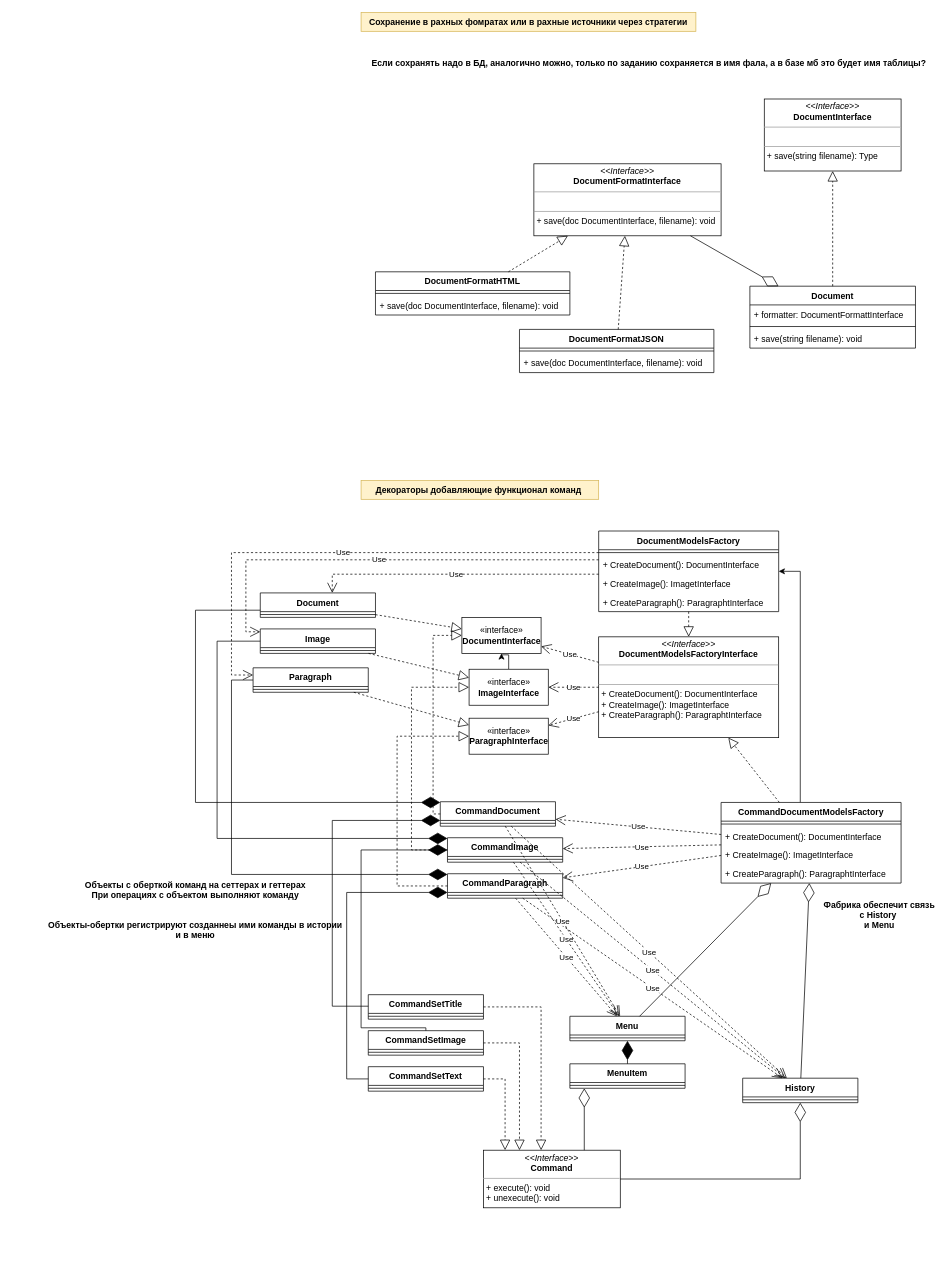
This is labs/05/lab5.drawio from liebeSonne/ood-labs, a draw.io file, before an edit. Source tidied: cells renumbered, new cells numbered last; positions are measured from the earlier drawing's top-left corner, leaving out a move shared by most shapes. Both pictures are drawn from the tidied source at 72%, with x=0, y=0 at pixel (166, 12).
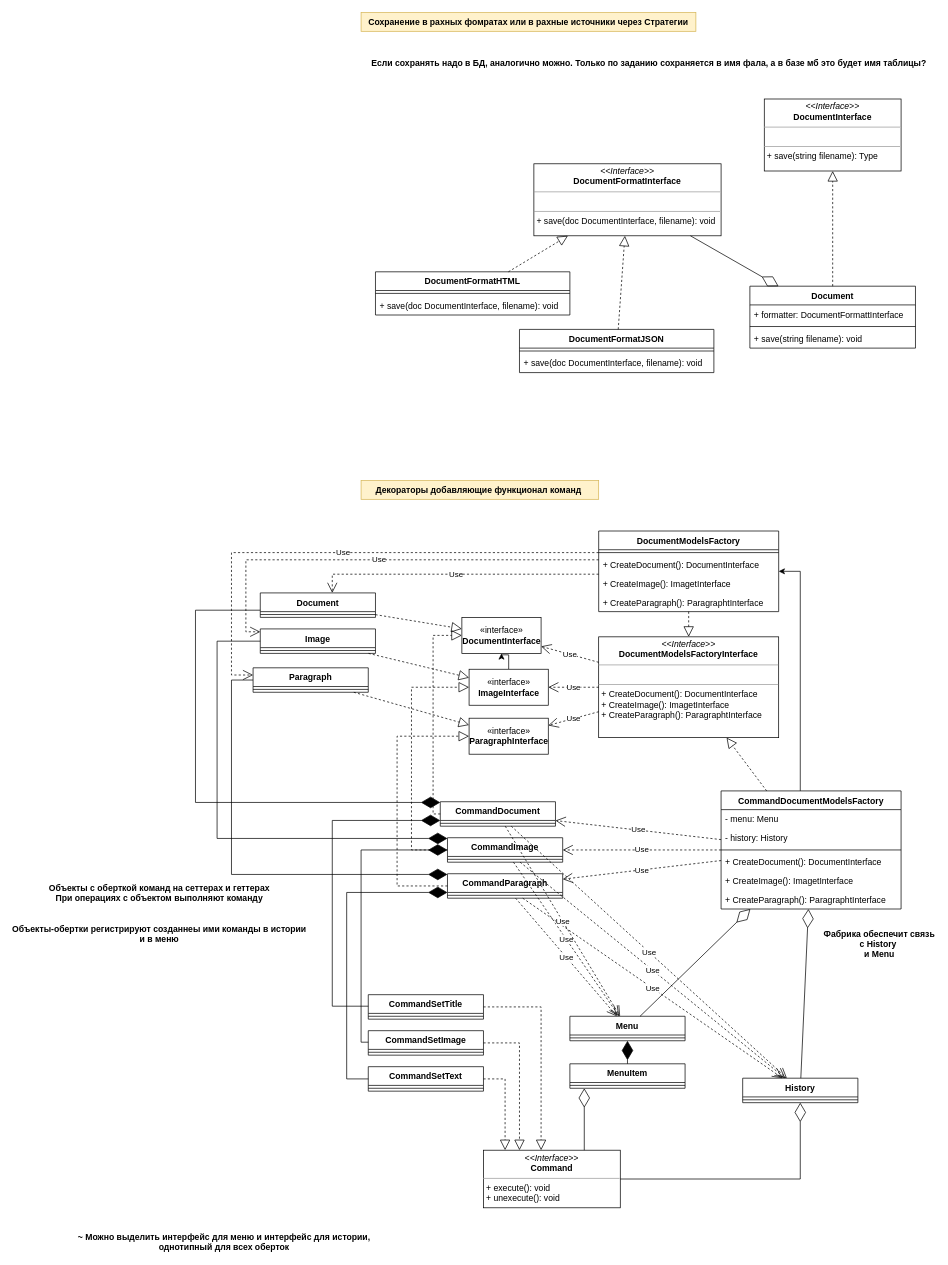
The same diagram, later.

Commit message (it also covers changes not shown here):
lab5 - дополнил схему диаграммы классов

The change refers to these unchanged cells:
```xml
<mxCell id="47" value="CommandImage" style="swimlane;fontStyle=1;align=center;verticalAlign=top;horizontal=1;startSize=26;" parent="1" vertex="1">
  <mxGeometry x="390" y="1146" width="160" height="34" as="geometry" />
</mxCell>
<mxCell id="63" value="CommandSetImage" style="swimlane;fontStyle=1;align=center;verticalAlign=top;horizontal=1;startSize=26;" parent="1" vertex="1">
  <mxGeometry x="280" y="1414" width="160" height="34" as="geometry" />
</mxCell>
```

Change to the diagram source:
```diff
@@
-    <mxCell id="18" value="&#10;Если сохранять надо в БД, аналогично можно, только по заданию сохраняется в имя фала, а в базе мб это будет имя таблицы?" style="text;align=center;fontStyle=1;verticalAlign=middle;spacingLeft=3;spacingRight=3;strokeColor=none;" parent="1" vertex="1">
+    <mxCell id="18" value="&#10;Если сохранять надо в БД, аналогично можно. Только по заданию сохраняется в имя фала, а в базе мб это будет имя таблицы?" style="text;align=center;fontStyle=1;verticalAlign=middle;spacingLeft=3;spacingRight=3;strokeColor=none;" parent="1" vertex="1">
       <mxGeometry x="630" y="50" width="80" height="26" as="geometry" />
     </mxCell>
@@
     <mxCell id="31" value="CommandDocumentModelsFactory" style="swimlane;fontStyle=1;align=center;verticalAlign=top;horizontal=1;startSize=26;" parent="1" vertex="1">
-      <mxGeometry x="770" y="1097" width="250" height="112" as="geometry" />
+      <mxGeometry x="770" y="1081" width="250" height="164" as="geometry" />
     </mxCell>
+    <mxCell id="101" value="- menu: Menu" style="text;strokeColor=none;fillColor=none;align=left;verticalAlign=top;spacingLeft=4;spacingRight=4;overflow=hidden;" parent="31" vertex="1">
+      <mxGeometry y="26" width="250" height="26" as="geometry" />
+    </mxCell>
+    <mxCell id="102" value="- history: History" style="text;strokeColor=none;fillColor=none;align=left;verticalAlign=top;spacingLeft=4;spacingRight=4;overflow=hidden;" parent="31" vertex="1">
+      <mxGeometry y="52" width="250" height="26" as="geometry" />
+    </mxCell>
     <mxCell id="32" style="line;strokeWidth=1;fillColor=none;align=left;verticalAlign=middle;spacingTop=-1;spacingLeft=3;spacingRight=3;labelPosition=right;" parent="31" vertex="1">
-      <mxGeometry y="26" width="250" height="8" as="geometry" />
+      <mxGeometry y="78" width="250" height="8" as="geometry" />
     </mxCell>
     <mxCell id="33" value="+ CreateDocument(): DocumentInterface" style="text;strokeColor=none;fillColor=none;align=left;verticalAlign=top;spacingLeft=4;spacingRight=4;overflow=hidden;" parent="31" vertex="1">
-      <mxGeometry y="34" width="250" height="26" as="geometry" />
+      <mxGeometry y="86" width="250" height="26" as="geometry" />
     </mxCell>
     <mxCell id="34" value="+ CreateImage(): ImagetInterface" style="text;strokeColor=none;fillColor=none;align=left;verticalAlign=top;spacingLeft=4;spacingRight=4;overflow=hidden;" parent="31" vertex="1">
-      <mxGeometry y="60" width="250" height="26" as="geometry" />
+      <mxGeometry y="112" width="250" height="26" as="geometry" />
     </mxCell>
     <mxCell id="35" value="+ CreateParagraph(): ParagraphtInterface" style="text;strokeColor=none;fillColor=none;align=left;verticalAlign=top;spacingLeft=4;spacingRight=4;overflow=hidden;" parent="31" vertex="1">
-      <mxGeometry y="86" width="250" height="26" as="geometry" />
+      <mxGeometry y="138" width="250" height="26" as="geometry" />
     </mxCell>
@@
     <mxCell id="54" value="Объекты с оберткой команд на сеттерах и геттерах&#10;При операциях с объектом выполняют команду&#10;&#10;&#10;Объекты-обертки регистрируют созданнеы ими команды в истории &#10;и в меню&#10;" style="text;align=center;fontStyle=1;verticalAlign=middle;spacingLeft=3;spacingRight=3;strokeColor=none;" parent="1" vertex="1">
-      <mxGeometry y="1240" width="80" height="26" as="geometry" />
+      <mxGeometry x="-50" y="1245" width="80" height="26" as="geometry" />
     </mxCell>
@@
     <mxCell id="60" value="Фабрика обеспечит связь &#10;с History &#10;и Menu" style="text;align=center;fontStyle=1;verticalAlign=middle;spacingLeft=3;spacingRight=3;strokeColor=none;" parent="1" vertex="1">
-      <mxGeometry x="950" y="1240" width="80" height="26" as="geometry" />
+      <mxGeometry x="950" y="1280" width="80" height="26" as="geometry" />
     </mxCell>
@@
     <mxCell id="76" style="endArrow=diamondThin;endFill=1;endSize=24;html=1;rounded=0;edgeStyle=orthogonalEdgeStyle;" parent="1" edge="1" source="63" target="47">
       <mxGeometry relative="1" as="geometry">
         <Array as="points">
-          <mxPoint x="360" y="1410" />
-          <mxPoint x="270" y="1410" />
+          <mxPoint x="270" y="1430" />
           <mxPoint x="270" y="1163" />
         </Array>
       </mxGeometry>
     </mxCell>
@@
-    <mxCell id="90" value="Сохранение в рахных фомратах или в рахные источники через стратегии" style="text;align=center;fontStyle=1;verticalAlign=middle;spacingLeft=3;spacingRight=3;strokeColor=#d6b656;fillColor=#fff2cc;" parent="1" vertex="1">
+    <mxCell id="90" value="Сохранение в рахных фомратах или в рахные источники через Стратегии" style="text;align=center;fontStyle=1;verticalAlign=middle;spacingLeft=3;spacingRight=3;strokeColor=#d6b656;fillColor=#fff2cc;" parent="1" vertex="1">
       <mxGeometry x="270" width="465" height="26" as="geometry" />
     </mxCell>
@@
+    <mxCell id="103" value="~ Можно выделить интерфейс для меню и интерфейс для истории,&#10;однотипный для всех оберток" style="text;align=center;fontStyle=1;verticalAlign=middle;spacingLeft=3;spacingRight=3;strokeColor=none;" parent="1" vertex="1">
+      <mxGeometry x="40" y="1694" width="80" height="26" as="geometry" />
+    </mxCell>
```
